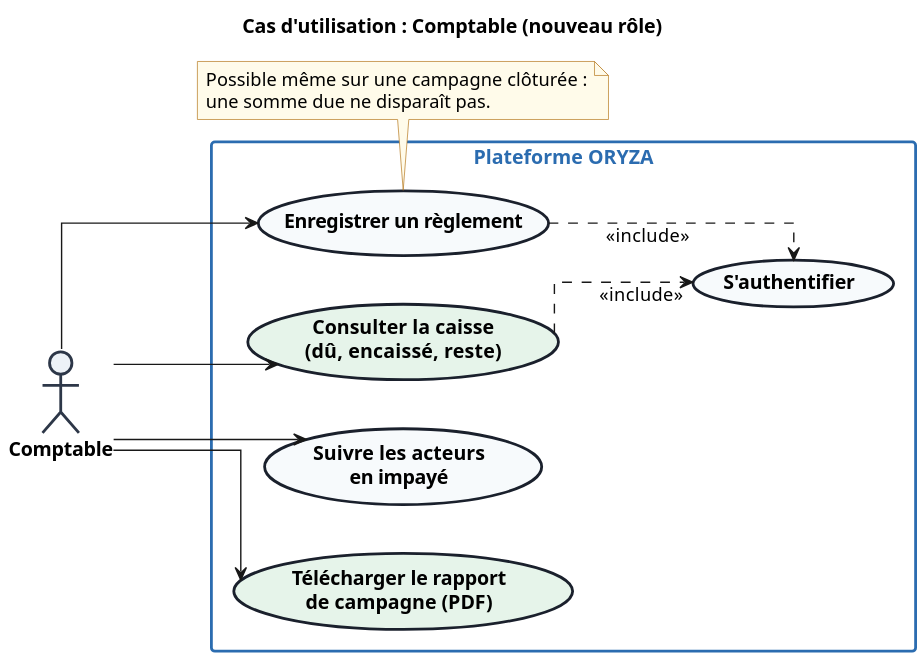
marasse-codec/ORYZAPP keeps this PlantUML diagram as docs/v2/usecases/uc_comptable.svg. Above is the earlier version. The source it was exported from:
```plantuml
@startuml
title Cas d'utilisation : Comptable (nouveau rôle)
!include ../style.puml
left to right direction

actor "Comptable" as Comptable

rectangle "<b>Plateforme ORYZA</b>" {
    usecase "S'authentifier" as UC_Auth
    usecase "Consulter la caisse\n(dû, encaissé, reste)" as UC_Caisse $NOUVEAU
    usecase "Enregistrer un règlement" as UC_Reglement
    usecase "Suivre les acteurs\nen impayé" as UC_Impayes
    usecase "Télécharger le rapport\nde campagne (PDF)" as UC_Rapport $NOUVEAU
}

Comptable --> UC_Caisse
Comptable --> UC_Reglement
Comptable --> UC_Impayes
Comptable --> UC_Rapport

UC_Reglement ..> UC_Auth : <<include>>
UC_Caisse ..> UC_Auth : <<include>>

note bottom of UC_Reglement
  Possible même sur une campagne clôturée :
  une somme due ne disparaît pas.
end note
@enduml
```
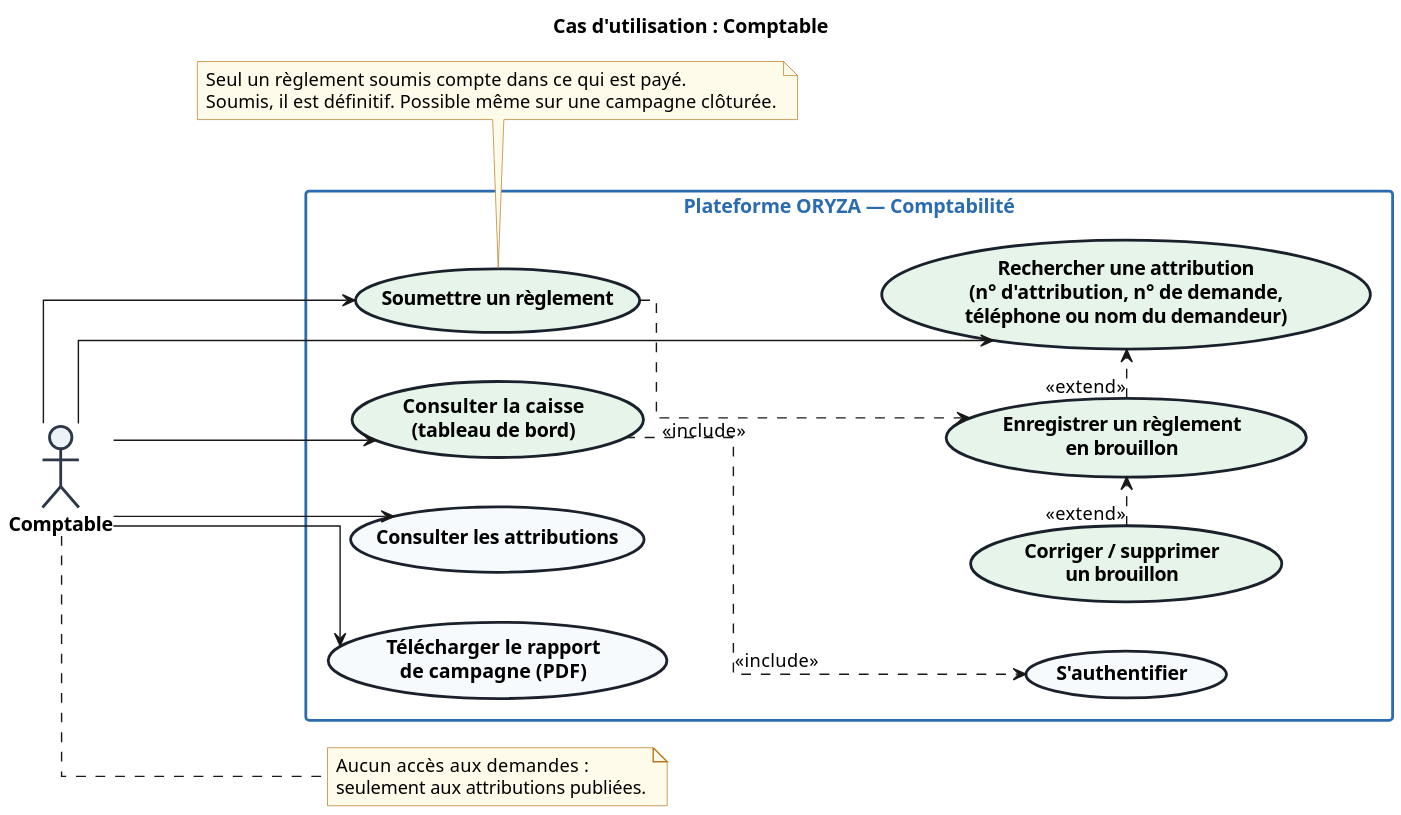
Above is the later version.

The edit, as a diff of the source:
```diff
@@ -1,28 +1,38 @@
 @startuml
-title Cas d'utilisation : Comptable (nouveau rôle)
+title Cas d'utilisation : Comptable
 !include ../style.puml
 left to right direction
 
 actor "Comptable" as Comptable
 
-rectangle "<b>Plateforme ORYZA</b>" {
+rectangle "<b>Plateforme ORYZA — Comptabilité</b>" {
     usecase "S'authentifier" as UC_Auth
-    usecase "Consulter la caisse\n(dû, encaissé, reste)" as UC_Caisse $NOUVEAU
-    usecase "Enregistrer un règlement" as UC_Reglement
-    usecase "Suivre les acteurs\nen impayé" as UC_Impayes
-    usecase "Télécharger le rapport\nde campagne (PDF)" as UC_Rapport $NOUVEAU
+    usecase "Consulter la caisse\n(tableau de bord)" as UC_Caisse $NOUVEAU
+    usecase "Rechercher une attribution\n(n° d'attribution, n° de demande,\ntéléphone ou nom du demandeur)" as UC_Rechercher $NOUVEAU
+    usecase "Enregistrer un règlement\nen brouillon" as UC_Brouillon $NOUVEAU
+    usecase "Corriger / supprimer\nun brouillon" as UC_Corriger $NOUVEAU
+    usecase "Soumettre un règlement" as UC_Soumettre $NOUVEAU
+    usecase "Consulter les attributions" as UC_Attributions
+    usecase "Télécharger le rapport\nde campagne (PDF)" as UC_Rapport
 }
 
 Comptable --> UC_Caisse
-Comptable --> UC_Reglement
-Comptable --> UC_Impayes
+Comptable --> UC_Rechercher
+Comptable --> UC_Soumettre
+Comptable --> UC_Attributions
 Comptable --> UC_Rapport
 
-UC_Reglement ..> UC_Auth : <<include>>
+UC_Brouillon .> UC_Rechercher : <<extend>>
+UC_Corriger .> UC_Brouillon : <<extend>>
+UC_Soumettre ..> UC_Brouillon : <<include>>
 UC_Caisse ..> UC_Auth : <<include>>
 
-note bottom of UC_Reglement
-  Possible même sur une campagne clôturée :
-  une somme due ne disparaît pas.
+note bottom of UC_Soumettre
+  Seul un règlement soumis compte dans ce qui est payé.
+  Soumis, il est définitif. Possible même sur une campagne clôturée.
+end note
+note right of Comptable
+  Aucun accès aux demandes :
+  seulement aux attributions publiées.
 end note
 @enduml
```
